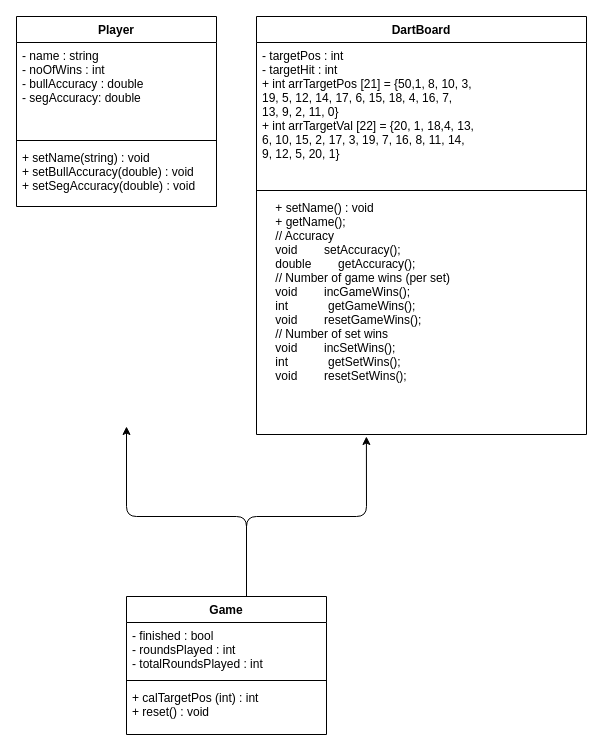
This is Untitled Diagram.drawio from 1603405/Test, a draw.io file, before an edit. Source tidied: cells renumbered, new cells numbered last; positions are measured from the earlier drawing's top-left corner, leaving out a move shared by most shapes. Both pictures are drawn from the tidied source at 100%, with x=0, y=0 at pixel (16, 16).
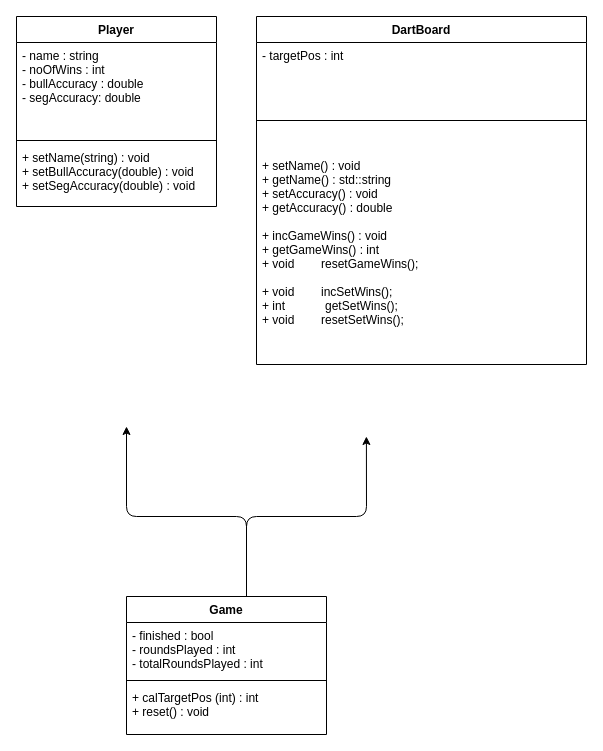
The same diagram, later.

Diff of the diagram source:
```diff
@@
     <mxCell id="6" value="DartBoard" style="swimlane;fontStyle=1;align=center;verticalAlign=top;horizontal=1;startSize=26;" parent="1" vertex="1">
-      <mxGeometry x="240" width="330" height="418" as="geometry" />
+      <mxGeometry x="240" width="330" height="348" as="geometry" />
     </mxCell>
-    <mxCell id="7" value="- targetPos : int&#10;- targetHit : int&#10;+ int arrTargetPos [21] = {50,1, 8, 10, 3,&#10; 19, 5, 12, 14, 17, 6, 15, 18, 4, 16, 7, &#10;13, 9, 2, 11, 0}&#10;+ int arrTargetVal [22] = {20, 1, 18,4, 13,&#10; 6, 10, 15, 2, 17, 3, 19, 7, 16, 8, 11, 14,&#10; 9, 12, 5, 20, 1}&#10;&#10;&#10;&#10;&#10;&#10;&#10;&#10;" style="text;strokeColor=none;fillColor=none;align=left;verticalAlign=top;spacingLeft=4;spacingRight=4;overflow=hidden;" parent="6" vertex="1">
-      <mxGeometry y="26" width="330" height="144" as="geometry" />
+    <mxCell id="7" value="- targetPos : int&#10;&#10;&#10;&#10;&#10;&#10;&#10;&#10;&#10;" style="text;strokeColor=none;fillColor=none;align=left;verticalAlign=top;spacingLeft=4;spacingRight=4;overflow=hidden;" parent="6" vertex="1">
+      <mxGeometry y="26" width="330" height="74" as="geometry" />
     </mxCell>
     <mxCell id="8" style="line;strokeWidth=1;fillColor=none;align=left;verticalAlign=middle;spacingTop=-1;spacingLeft=3;spacingRight=3;labelPosition=right;" parent="6" vertex="1">
-      <mxGeometry y="170" width="330" height="8" as="geometry" />
+      <mxGeometry y="100" width="330" height="8" as="geometry" />
     </mxCell>
-    <mxCell id="9" value="    + setName() : void&#10;    + getName();&#10;    // Accuracy&#10;    void        setAccuracy();&#10;    double        getAccuracy();&#10;    // Number of game wins (per set)&#10;    void        incGameWins();&#10;    int            getGameWins();&#10;    void        resetGameWins();&#10;    // Number of set wins&#10;    void        incSetWins();&#10;    int            getSetWins();&#10;    void        resetSetWins();" style="text;strokeColor=none;fillColor=none;align=left;verticalAlign=top;spacingLeft=4;spacingRight=4;overflow=hidden;" parent="6" vertex="1">
-      <mxGeometry y="178" width="330" height="240" as="geometry" />
+    <mxCell id="9" value="    &#10;&#10;+ setName() : void&#10;+ getName() : std::string&#10;+ setAccuracy() : void&#10;+ getAccuracy() : double&#10;&#10;+ incGameWins() : void&#10;+ getGameWins() : int&#10;+ void        resetGameWins();&#10;&#10;+ void        incSetWins();&#10;+ int            getSetWins();&#10;+ void        resetSetWins();" style="text;strokeColor=none;fillColor=none;align=left;verticalAlign=top;spacingLeft=4;spacingRight=4;overflow=hidden;" parent="6" vertex="1">
+      <mxGeometry y="108" width="330" height="240" as="geometry" />
     </mxCell>
```
